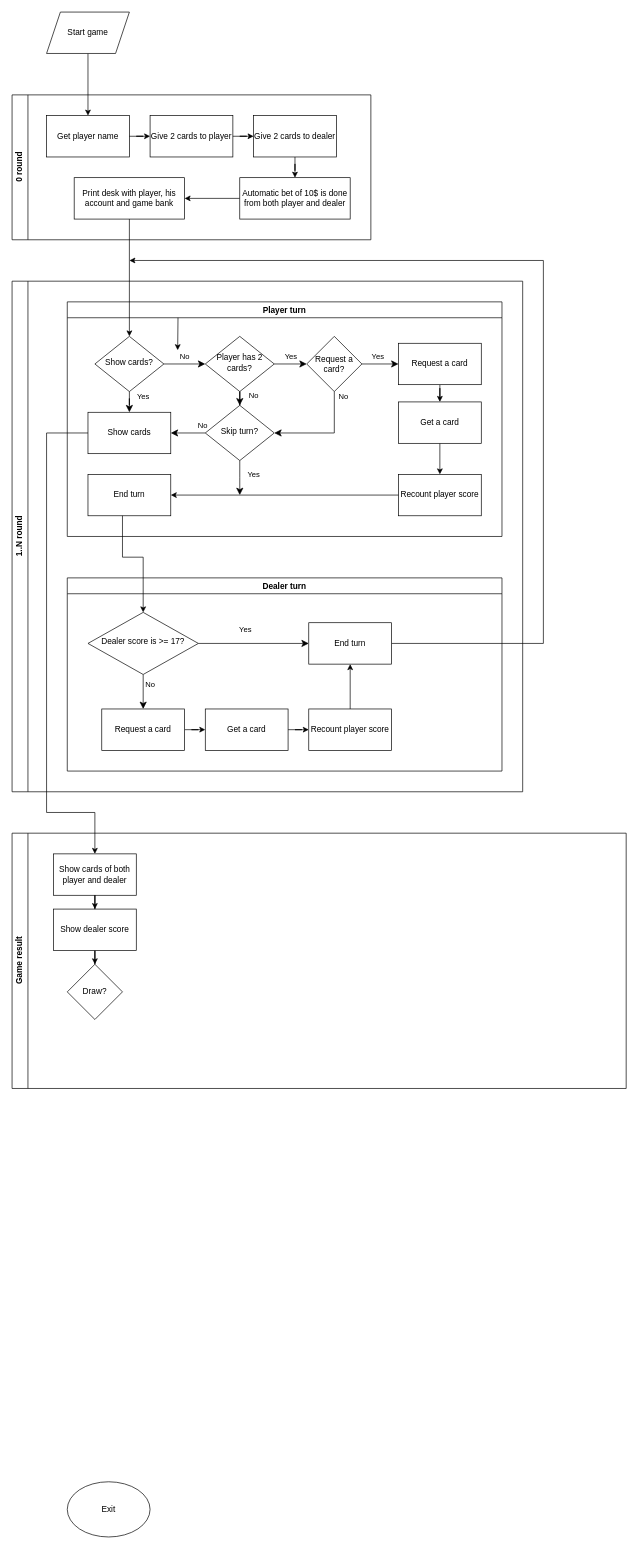
This is Diagrams/Game_flow.drawio from PrimusInterPares/BlackJack-game, a draw.io file, before an edit. Source tidied: cells renumbered, new cells numbered last; positions are measured from the earlier drawing's top-left corner, leaving out a move shared by most shapes. Both pictures are drawn from the tidied source at 69%, with x=0, y=0 at pixel (12, 12).
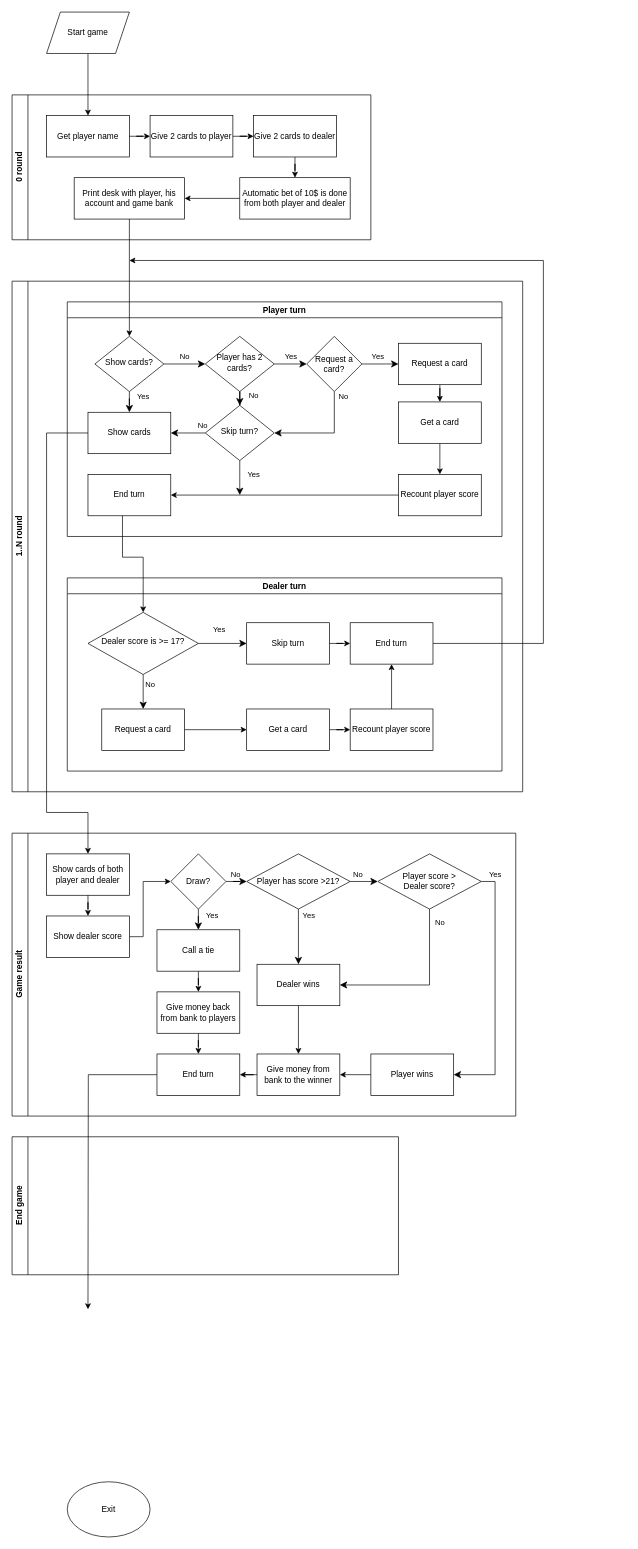
The same diagram, later.

Commit message:
Add Game result turn into Game_flow diagram

The change refers to these unchanged cells:
```xml
<mxCell id="38" value="Show cards" style="rounded=0;whiteSpace=wrap;html=1;" parent="20" vertex="1">
  <mxGeometry x="30" y="160" width="120" height="60" as="geometry" />
</mxCell>
<mxCell id="41" value="Dealer turn" style="swimlane;whiteSpace=wrap;html=1;" parent="15" vertex="1">
  <mxGeometry x="80" y="430" width="630" height="280" as="geometry" />
</mxCell>
<mxCell id="43" value="Dealer score is &amp;gt;= 17?" style="rhombus;whiteSpace=wrap;html=1;shadow=0;fontFamily=Helvetica;fontSize=12;align=center;strokeWidth=1;spacing=6;spacingTop=-4;" parent="41" vertex="1">
  <mxGeometry x="30" y="50" width="160" height="90" as="geometry" />
</mxCell>
```

Change to the diagram source:
```diff
@@
-    <mxCell id="15" value="1..N round" style="swimlane;horizontal=0;whiteSpace=wrap;html=1;" parent="1" vertex="1">
+    <mxCell id="15" value="1..N round" style="swimlane;horizontal=0;whiteSpace=wrap;html=1;swimlaneLine=1;" parent="1" vertex="1">
       <mxGeometry y="390" width="740" height="740" as="geometry" />
     </mxCell>
-    <mxCell id="16" style="edgeStyle=orthogonalEdgeStyle;rounded=0;orthogonalLoop=1;jettySize=auto;html=1;" parent="15" edge="1">
-      <mxGeometry relative="1" as="geometry">
-        <mxPoint x="170" y="50" as="sourcePoint" />
-        <mxPoint x="240" y="100" as="targetPoint" />
-      </mxGeometry>
-    </mxCell>
@@
     <mxCell id="47" value="End turn" style="rounded=0;whiteSpace=wrap;html=1;" parent="41" vertex="1">
-      <mxGeometry x="350" y="65" width="120" height="60" as="geometry" />
+      <mxGeometry x="410" y="65" width="120" height="60" as="geometry" />
     </mxCell>
-    <mxCell id="48" value="Yes" style="edgeStyle=orthogonalEdgeStyle;rounded=0;html=1;jettySize=auto;fontSize=11;endArrow=classic;endFill=1;endSize=8;strokeWidth=1;shadow=0;labelBackgroundColor=none;" parent="41" edge="1" source="43" target="47">
+    <mxCell id="48" value="Yes" style="edgeStyle=orthogonalEdgeStyle;rounded=0;html=1;jettySize=auto;fontSize=11;endArrow=classic;endFill=1;endSize=8;strokeWidth=1;shadow=0;labelBackgroundColor=none;" parent="41" edge="1" source="43" target="63">
       <mxGeometry x="-0.15" y="20" relative="1" as="geometry" />
     </mxCell>
@@
     <mxCell id="50" value="Get a card" style="rounded=0;whiteSpace=wrap;html=1;" parent="41" vertex="1">
-      <mxGeometry x="200" y="190" width="120" height="60" as="geometry" />
+      <mxGeometry x="260" y="190" width="120" height="60" as="geometry" />
     </mxCell>
@@
     <mxCell id="52" value="Recount player score" style="rounded=0;whiteSpace=wrap;html=1;" parent="41" vertex="1">
-      <mxGeometry x="350" y="190" width="120" height="60" as="geometry" />
+      <mxGeometry x="410" y="190" width="120" height="60" as="geometry" />
     </mxCell>
+    <mxCell id="62" style="edgeStyle=orthogonalEdgeStyle;rounded=0;jettySize=auto;html=1;" parent="41" edge="1" source="63" target="47">
+      <mxGeometry relative="1" as="geometry" />
+    </mxCell>
+    <mxCell id="63" value="Skip turn" style="rounded=0;whiteSpace=wrap;html=1;" parent="41" vertex="1">
+      <mxGeometry x="260" y="65" width="120" height="60" as="geometry" />
+    </mxCell>
@@
     <mxCell id="55" value="Game result" style="swimlane;horizontal=0;whiteSpace=wrap;html=1;" parent="1" vertex="1">
-      <mxGeometry y="1190" width="890" height="370" as="geometry" />
+      <mxGeometry y="1190" width="730" height="410" as="geometry" />
     </mxCell>
     <mxCell id="56" value="Draw?" style="rhombus;whiteSpace=wrap;html=1;" parent="55" vertex="1">
-      <mxGeometry x="80" y="190" width="80" height="80" as="geometry" />
+      <mxGeometry x="230" y="30" width="80" height="80" as="geometry" />
     </mxCell>
     <mxCell id="57" value="Show cards of both player and dealer" style="rounded=0;whiteSpace=wrap;html=1;" parent="55" vertex="1">
-      <mxGeometry x="60" y="30" width="120" height="60" as="geometry" />
+      <mxGeometry x="50" y="30" width="120" height="60" as="geometry" />
     </mxCell>
-    <mxCell id="58" style="edgeStyle=orthogonalEdgeStyle;rounded=0;jettySize=auto;html=1;" parent="55" edge="1" source="59" target="56">
-      <mxGeometry relative="1" as="geometry" />
+    <mxCell id="58" style="edgeStyle=orthogonalEdgeStyle;rounded=0;jettySize=auto;html=1;entryX=0;entryY=0.5;entryDx=0;entryDy=0;" parent="55" edge="1" source="59" target="56">
+      <mxGeometry relative="1" as="geometry">
+        <Array as="points">
+          <mxPoint x="190" y="150" />
+          <mxPoint x="190" y="70" />
+        </Array>
+      </mxGeometry>
     </mxCell>
     <mxCell id="59" value="Show dealer score" style="rounded=0;whiteSpace=wrap;html=1;" parent="55" vertex="1">
-      <mxGeometry x="60" y="110" width="120" height="60" as="geometry" />
+      <mxGeometry x="50" y="120" width="120" height="60" as="geometry" />
     </mxCell>
@@
+    <mxCell id="64" value="Yes" style="edgeStyle=orthogonalEdgeStyle;rounded=0;html=1;jettySize=auto;fontSize=11;endArrow=classic;endFill=1;endSize=8;strokeWidth=1;shadow=0;labelBackgroundColor=none;" parent="55" edge="1" source="56" target="66">
+      <mxGeometry x="0.2" y="20" relative="1" as="geometry" />
+    </mxCell>
+    <mxCell id="65" style="edgeStyle=orthogonalEdgeStyle;rounded=0;jettySize=auto;html=1;" parent="55" edge="1" source="66" target="68">
+      <mxGeometry relative="1" as="geometry" />
+    </mxCell>
+    <mxCell id="66" value="Call a tie" style="rounded=0;whiteSpace=wrap;html=1;" parent="55" vertex="1">
+      <mxGeometry x="210" y="140" width="120" height="60" as="geometry" />
+    </mxCell>
+    <mxCell id="67" style="edgeStyle=orthogonalEdgeStyle;rounded=0;jettySize=auto;html=1;" parent="55" edge="1" source="68" target="70">
+      <mxGeometry relative="1" as="geometry" />
+    </mxCell>
+    <mxCell id="68" value="Give money back from bank to players" style="rounded=0;whiteSpace=wrap;html=1;" parent="55" vertex="1">
+      <mxGeometry x="210" y="230" width="120" height="60" as="geometry" />
+    </mxCell>
+    <mxCell id="69" style="edgeStyle=orthogonalEdgeStyle;rounded=0;jettySize=auto;html=1;" parent="55" edge="1" source="70">
+      <mxGeometry relative="1" as="geometry">
+        <mxPoint x="110" y="690" as="targetPoint" />
+      </mxGeometry>
+    </mxCell>
+    <mxCell id="70" value="End turn" style="rounded=0;whiteSpace=wrap;html=1;" parent="55" vertex="1">
+      <mxGeometry x="210" y="320" width="120" height="60" as="geometry" />
+    </mxCell>
+    <mxCell id="71" value="Dealer wins" style="rounded=0;whiteSpace=wrap;html=1;" parent="55" vertex="1">
+      <mxGeometry x="355" y="190" width="120" height="60" as="geometry" />
+    </mxCell>
+    <mxCell id="72" value="Player wins" style="rounded=0;whiteSpace=wrap;html=1;" parent="55" vertex="1">
+      <mxGeometry x="520" y="320" width="120" height="60" as="geometry" />
+    </mxCell>
+    <mxCell id="73" value="Player has score &amp;gt;21?" style="rhombus;whiteSpace=wrap;html=1;" parent="55" vertex="1">
+      <mxGeometry x="340" y="30" width="150" height="80" as="geometry" />
+    </mxCell>
+    <mxCell id="74" value="Yes" style="edgeStyle=orthogonalEdgeStyle;rounded=0;html=1;jettySize=auto;fontSize=11;endArrow=classic;endFill=1;endSize=8;strokeWidth=1;shadow=0;labelBackgroundColor=none;" parent="55" edge="1" source="73" target="71">
+      <mxGeometry x="-0.75" y="15" relative="1" as="geometry" />
+    </mxCell>
+    <mxCell id="75" value="No" style="rounded=0;html=1;jettySize=auto;fontSize=11;endArrow=classic;endFill=1;endSize=8;strokeWidth=1;shadow=0;labelBackgroundColor=none;edgeStyle=orthogonalEdgeStyle;" parent="55" edge="1" source="73" target="77">
+      <mxGeometry x="-0.43" y="10" relative="1" as="geometry" />
+    </mxCell>
+    <mxCell id="76" value="No" style="rounded=0;html=1;jettySize=auto;fontSize=11;endArrow=classic;endFill=1;endSize=8;strokeWidth=1;shadow=0;labelBackgroundColor=none;edgeStyle=orthogonalEdgeStyle;" parent="55" edge="1" source="56" target="73">
+      <mxGeometry x="-0.43" y="10" relative="1" as="geometry" />
+    </mxCell>
+    <mxCell id="77" value="Player score &amp;gt;&lt;br&gt;Dealer score?" style="rhombus;whiteSpace=wrap;html=1;" parent="55" vertex="1">
+      <mxGeometry x="530" y="30" width="150" height="80" as="geometry" />
+    </mxCell>
+    <mxCell id="78" value="Yes" style="edgeStyle=orthogonalEdgeStyle;rounded=0;html=1;jettySize=auto;fontSize=11;endArrow=classic;endFill=1;endSize=8;strokeWidth=1;shadow=0;labelBackgroundColor=none;exitX=1;exitY=0.5;exitDx=0;exitDy=0;entryX=1;entryY=0.5;entryDx=0;entryDy=0;" parent="55" edge="1" source="77" target="72">
+      <mxGeometry x="-0.89" y="-10" relative="1" as="geometry">
+        <mxPoint x="10" y="-10" as="offset" />
+      </mxGeometry>
+    </mxCell>
+    <mxCell id="79" value="No" style="rounded=0;html=1;jettySize=auto;fontSize=11;endArrow=classic;endFill=1;endSize=8;strokeWidth=1;shadow=0;labelBackgroundColor=none;edgeStyle=orthogonalEdgeStyle;exitX=0.5;exitY=1;exitDx=0;exitDy=0;entryX=1;entryY=0.5;entryDx=0;entryDy=0;" parent="55" edge="1" source="77" target="71">
+      <mxGeometry x="-0.83" y="15" relative="1" as="geometry" />
+    </mxCell>
+    <mxCell id="80" style="edgeStyle=orthogonalEdgeStyle;rounded=0;jettySize=auto;html=1;" parent="55" edge="1" source="81" target="70">
+      <mxGeometry relative="1" as="geometry" />
+    </mxCell>
+    <mxCell id="81" value="Give money from bank to the winner" style="rounded=0;whiteSpace=wrap;html=1;" parent="55" vertex="1">
+      <mxGeometry x="355" y="320" width="120" height="60" as="geometry" />
+    </mxCell>
+    <mxCell id="82" style="edgeStyle=orthogonalEdgeStyle;rounded=0;jettySize=auto;html=1;" parent="55" edge="1" source="71" target="81">
+      <mxGeometry relative="1" as="geometry" />
+    </mxCell>
+    <mxCell id="83" style="edgeStyle=orthogonalEdgeStyle;rounded=0;jettySize=auto;html=1;" parent="55" edge="1" source="72" target="81">
+      <mxGeometry relative="1" as="geometry" />
+    </mxCell>
     <mxCell id="61" style="rounded=0;jettySize=auto;html=1;exitX=0;exitY=0.5;exitDx=0;exitDy=0;edgeStyle=orthogonalEdgeStyle;entryX=0.5;entryY=0;entryDx=0;entryDy=0;" parent="1" edge="1" source="38" target="57">
       <mxGeometry relative="1" as="geometry">
         <Array as="points">
           <mxPoint x="50" y="610" />
           <mxPoint x="50" y="1160" />
-          <mxPoint x="120" y="1160" />
+          <mxPoint x="110" y="1160" />
         </Array>
       </mxGeometry>
     </mxCell>
+    <mxCell id="84" value="End game" style="swimlane;horizontal=0;whiteSpace=wrap;html=1;" parent="1" vertex="1">
+      <mxGeometry y="1630" width="560" height="200" as="geometry" />
+    </mxCell>
```
